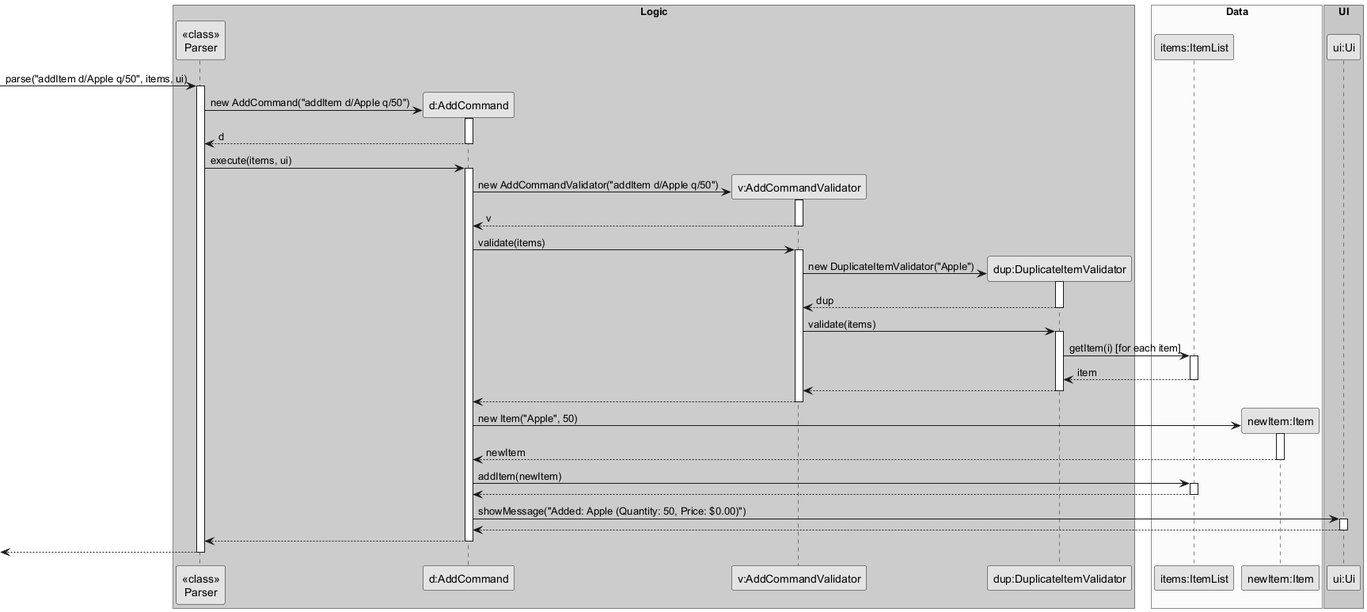
The PlantUML diagram docs/diagrams/AddCommandSequenceDiagram.png in fmohamedfaras/tp, before a commit.
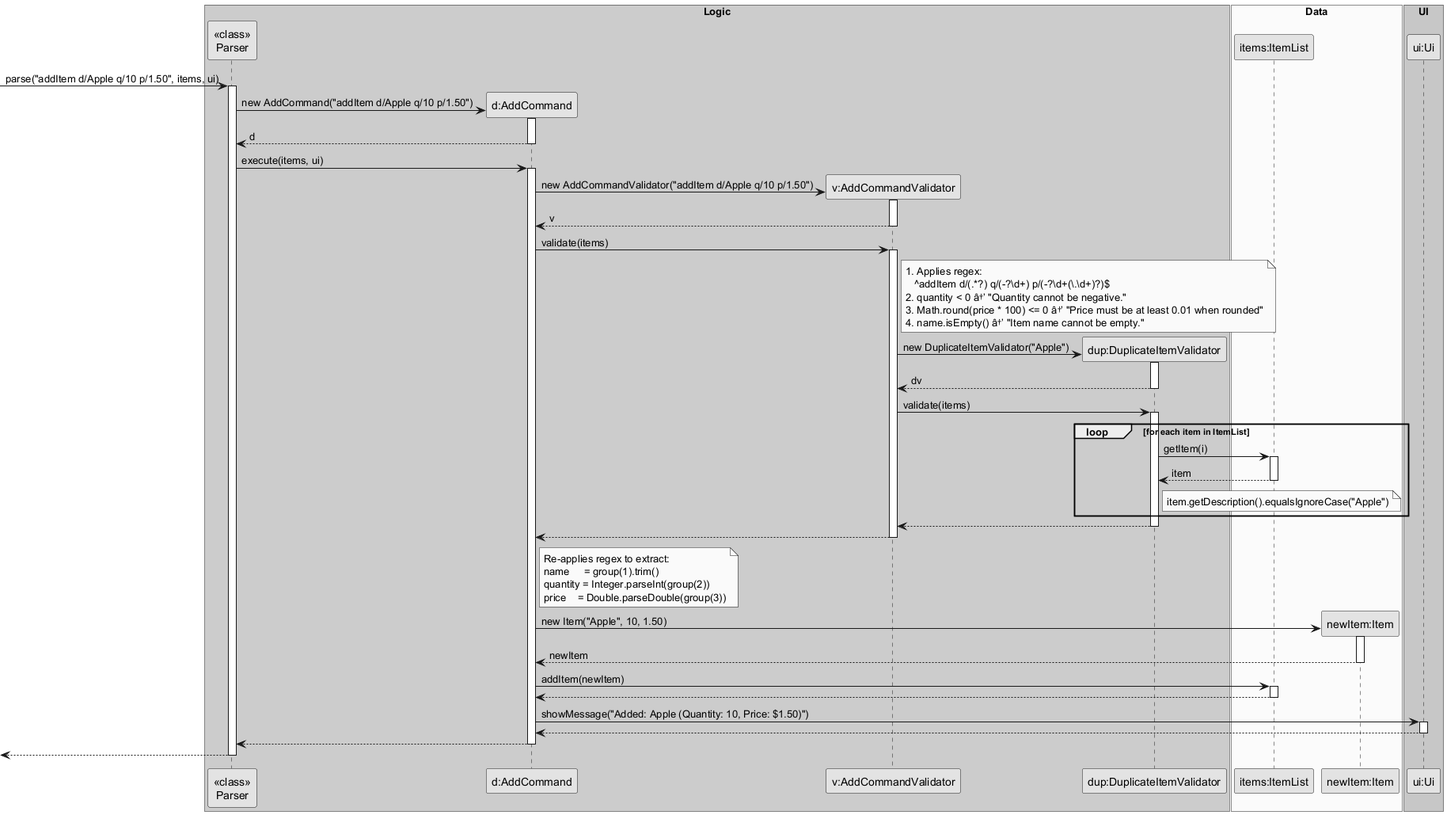
Later version of the same file.

Diff of the diagram source:
```diff
@@ -18,11 +18,11 @@
 participant "ui:Ui" as Ui
 end box
 
--> Parser : parse("addItem d/Apple q/50", items, ui)
+-> Parser : parse("addItem d/Apple q/10 p/1.50", items, ui)
 activate Parser
 
 create AddCommand
-Parser -> AddCommand : new AddCommand("addItem d/Apple q/50")
+Parser -> AddCommand : new AddCommand("addItem d/Apple q/10 p/1.50")
 activate AddCommand
 AddCommand --> Parser : d
 deactivate AddCommand
@@ -31,7 +31,7 @@
 activate AddCommand
 
 create AddCommandValidator
-AddCommand -> AddCommandValidator : new AddCommandValidator("addItem d/Apple q/50")
+AddCommand -> AddCommandValidator : new AddCommandValidator("addItem d/Apple q/10 p/1.50")
 activate AddCommandValidator
 AddCommandValidator --> AddCommand : v
 deactivate AddCommandValidator
@@ -39,26 +39,48 @@
 AddCommand -> AddCommandValidator : validate(items)
 activate AddCommandValidator
 
+note right of AddCommandValidator
+  1. Applies regex:
+     ^addItem d/(.*?) q/(-?\d+) p/(-?\d+(\.\d+)?)$
+  2. quantity < 0 â†’ "Quantity cannot be negative."
+  3. Math.round(price * 100) <= 0 â†’ "Price must be at least 0.01 when rounded"
+  4. name.isEmpty() â†’ "Item name cannot be empty."
+end note
+
 create DuplicateItemValidator
 AddCommandValidator -> DuplicateItemValidator : new DuplicateItemValidator("Apple")
 activate DuplicateItemValidator
-DuplicateItemValidator --> AddCommandValidator : dup
+DuplicateItemValidator --> AddCommandValidator : dv
 deactivate DuplicateItemValidator
 
 AddCommandValidator -> DuplicateItemValidator : validate(items)
 activate DuplicateItemValidator
-DuplicateItemValidator -> ItemList : getItem(i) [for each item]
-activate ItemList
-ItemList --> DuplicateItemValidator : item
-deactivate ItemList
+
+loop for each item in ItemList
+    DuplicateItemValidator -> ItemList : getItem(i)
+    activate ItemList
+    ItemList --> DuplicateItemValidator : item
+    deactivate ItemList
+    note right of DuplicateItemValidator
+        item.getDescription().equalsIgnoreCase("Apple")
+    end note
+end
+
 DuplicateItemValidator --> AddCommandValidator
 deactivate DuplicateItemValidator
 
 AddCommandValidator --> AddCommand
 deactivate AddCommandValidator
 
+note right of AddCommand
+  Re-applies regex to extract:
+  name     = group(1).trim()
+  quantity = Integer.parseInt(group(2))
+  price    = Double.parseDouble(group(3))
+end note
+
 create Item
-AddCommand -> Item : new Item("Apple", 50)
+AddCommand -> Item : new Item("Apple", 10, 1.50)
 activate Item
 Item --> AddCommand : newItem
 deactivate Item
@@ -68,7 +90,7 @@
 ItemList --> AddCommand
 deactivate ItemList
 
-AddCommand -> Ui : showMessage("Added: Apple (Quantity: 50, Price: $0.00)")
+AddCommand -> Ui : showMessage("Added: Apple (Quantity: 10, Price: $1.50)")
 activate Ui
 Ui --> AddCommand
 deactivate Ui
```
